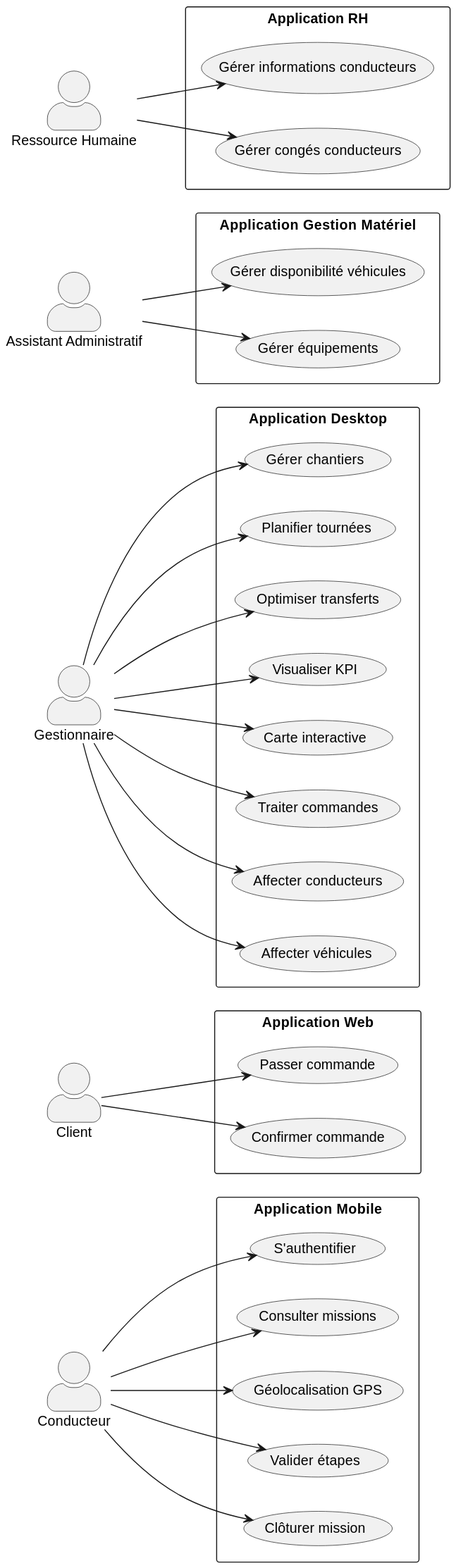
thilleliam/mythesis keeps this PlantUML diagram as out/application/usecase/usecase.svg. Above is the earlier version. The source it was exported from:
```plantuml
@startuml
left to right direction
skinparam actorStyle awesome

actor Conducteur
actor Client
actor Gestionnaire
actor "Assistant Administratif" as Assistant
actor "Ressource Humaine" as RH

rectangle "Application Mobile" {
  (S'authentifier)
  (Consulter missions)
  (Géolocalisation GPS)
  (Valider étapes)
  (Clôturer mission)

  Conducteur --> (S'authentifier)
  Conducteur --> (Consulter missions)
  Conducteur --> (Géolocalisation GPS)
  Conducteur --> (Valider étapes)
  Conducteur --> (Clôturer mission)
}

rectangle "Application Web" {
  (Passer commande)
  (Confirmer commande)

  Client --> (Passer commande)
  Client --> (Confirmer commande)
}

rectangle "Application Desktop" {
  (Gérer chantiers)
  (Planifier tournées)
  (Optimiser transferts)
  (Visualiser KPI)
  (Carte interactive)
  (Traiter commandes)
  (Affecter conducteurs)
  (Affecter véhicules)

  Gestionnaire --> (Gérer chantiers)
  Gestionnaire --> (Planifier tournées)
  Gestionnaire --> (Optimiser transferts)
  Gestionnaire --> (Visualiser KPI)
  Gestionnaire --> (Carte interactive)
  Gestionnaire --> (Traiter commandes)
  Gestionnaire --> (Affecter conducteurs)
  Gestionnaire --> (Affecter véhicules)
}

rectangle "Application Gestion Matériel" {
  (Gérer disponibilité véhicules)
  (Gérer équipements)

  Assistant --> (Gérer disponibilité véhicules)
  Assistant --> (Gérer équipements)
}

rectangle "Application RH" {
  (Gérer informations conducteurs)
  (Gérer congés conducteurs)

  RH --> (Gérer informations conducteurs)
  RH --> (Gérer congés conducteurs)
}
@enduml
```
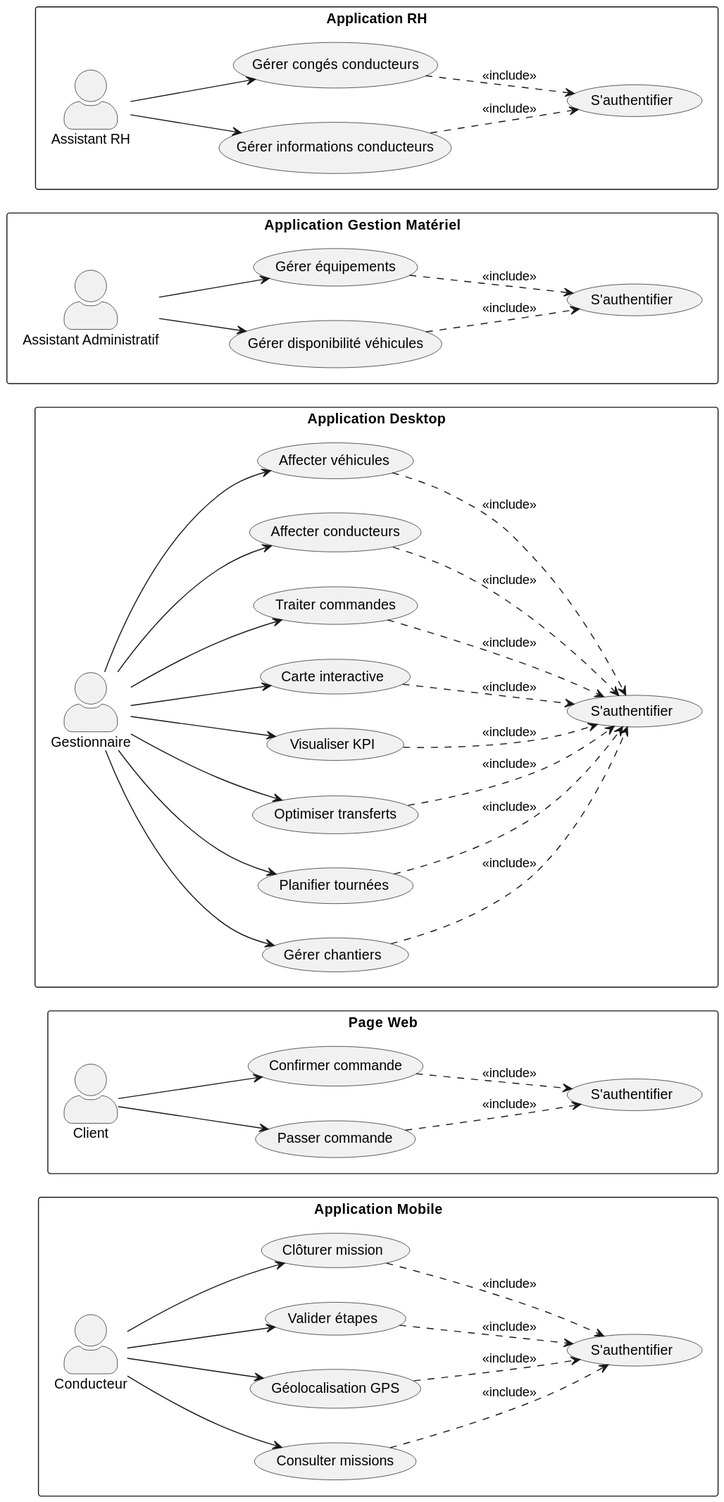
The same file after the commit.

The edit, as a diff of the source:
```diff
@@ -2,35 +2,41 @@
 left to right direction
 skinparam actorStyle awesome
 
-actor Conducteur
-actor Client
-actor Gestionnaire
-actor "Assistant Administratif" as Assistant
-actor "Ressource Humaine" as RH
-
 rectangle "Application Mobile" {
-  (S'authentifier)
+  actor Conducteur
+  (S'authentifier) as AuthMobile
   (Consulter missions)
   (Géolocalisation GPS)
   (Valider étapes)
   (Clôturer mission)
 
-  Conducteur --> (S'authentifier)
   Conducteur --> (Consulter missions)
   Conducteur --> (Géolocalisation GPS)
   Conducteur --> (Valider étapes)
   Conducteur --> (Clôturer mission)
+
+  (Consulter missions) ..> AuthMobile : <<include>>
+  (Géolocalisation GPS) ..> AuthMobile : <<include>>
+  (Valider étapes) ..> AuthMobile : <<include>>
+  (Clôturer mission) ..> AuthMobile : <<include>>
 }
 
-rectangle "Application Web" {
+rectangle "Page Web" {
+  actor Client
+  (S'authentifier) as AuthWeb
   (Passer commande)
   (Confirmer commande)
 
   Client --> (Passer commande)
   Client --> (Confirmer commande)
+
+  (Passer commande) ..> AuthWeb : <<include>>
+  (Confirmer commande) ..> AuthWeb : <<include>>
 }
 
 rectangle "Application Desktop" {
+  actor Gestionnaire
+  (S'authentifier) as AuthDesktop
   (Gérer chantiers)
   (Planifier tournées)
   (Optimiser transferts)
@@ -48,21 +54,40 @@
   Gestionnaire --> (Traiter commandes)
   Gestionnaire --> (Affecter conducteurs)
   Gestionnaire --> (Affecter véhicules)
+
+  (Gérer chantiers) ..> AuthDesktop : <<include>>
+  (Planifier tournées) ..> AuthDesktop : <<include>>
+  (Optimiser transferts) ..> AuthDesktop : <<include>>
+  (Visualiser KPI) ..> AuthDesktop : <<include>>
+  (Carte interactive) ..> AuthDesktop : <<include>>
+  (Traiter commandes) ..> AuthDesktop : <<include>>
+  (Affecter conducteurs) ..> AuthDesktop : <<include>>
+  (Affecter véhicules) ..> AuthDesktop : <<include>>
 }
 
 rectangle "Application Gestion Matériel" {
+  actor "Assistant Administratif" as Assistant
+  (S'authentifier) as AuthMateriel
   (Gérer disponibilité véhicules)
   (Gérer équipements)
 
   Assistant --> (Gérer disponibilité véhicules)
   Assistant --> (Gérer équipements)
+
+  (Gérer disponibilité véhicules) ..> AuthMateriel : <<include>>
+  (Gérer équipements) ..> AuthMateriel : <<include>>
 }
 
 rectangle "Application RH" {
+  actor "Assistant RH" as AssistantRH
+  (S'authentifier) as AuthRH
   (Gérer informations conducteurs)
   (Gérer congés conducteurs)
 
-  RH --> (Gérer informations conducteurs)
-  RH --> (Gérer congés conducteurs)
+  AssistantRH --> (Gérer informations conducteurs)
+  AssistantRH --> (Gérer congés conducteurs)
+
+  (Gérer informations conducteurs) ..> AuthRH : <<include>>
+  (Gérer congés conducteurs) ..> AuthRH : <<include>>
 }
 @enduml
```
